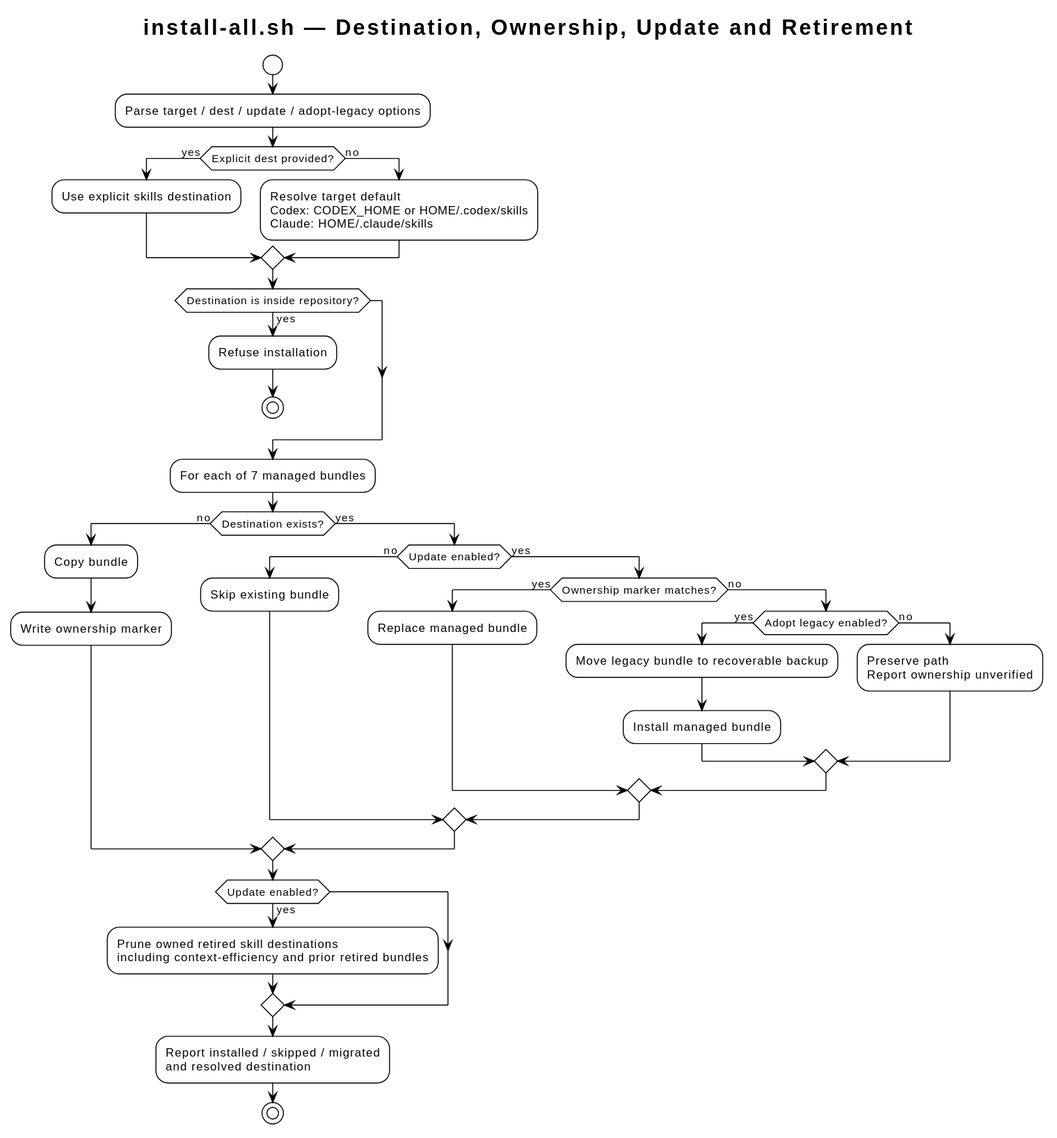
The PlantUML diagram docs/deployment/diagrams/installer-decision-flow.svg in i-zrhe2016/codex-development-workflow, before a commit.
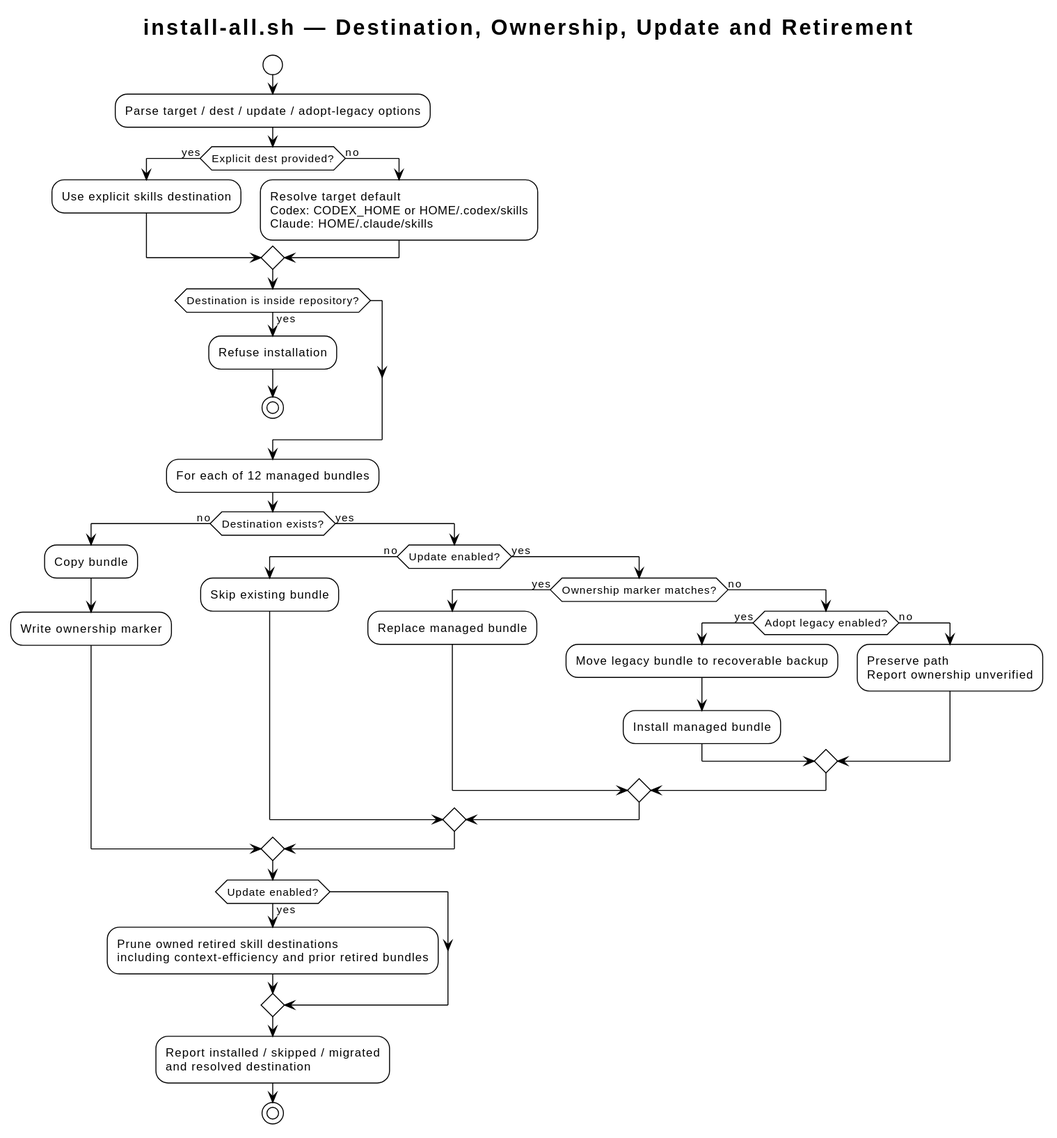
The same file after the commit.

Change to the diagram source:
```diff
@@ -19,7 +19,7 @@
   stop
 endif
 
-:For each of 7 managed bundles;
+:For each of 12 managed bundles;
 
 if (Destination exists?) then (no)
   :Copy bundle;
```
